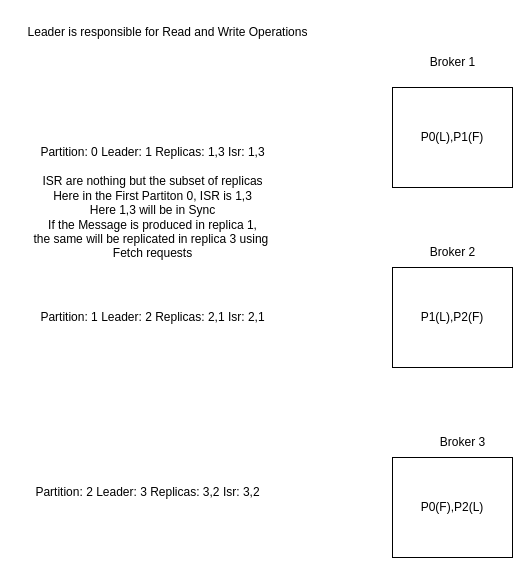
The draw.io diagram Internals/test.drawio in RavitejaB14/Apache-Kafka, before the edit. Source tidied: cells renumbered, new cells numbered last; positions are measured from the earlier drawing's top-left corner, leaving out a move shared by most shapes. Both pictures are drawn from the tidied source at 100%, with x=0, y=0 at pixel (17, 17).
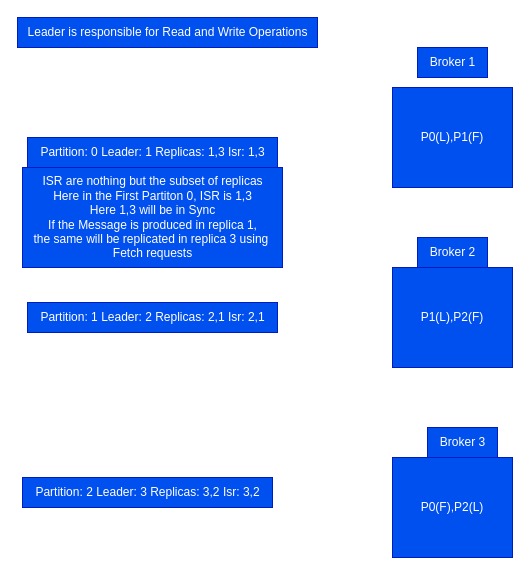
The same diagram, later.

Commit message (it also covers changes not shown here):
Added Topic, Partition, Replication

Change to the diagram source:
```diff
@@
-<mxGraphModel>
+<mxGraphModel background="#ffffff">
   <root>
     <mxCell id="0" />
     <mxCell id="1" parent="0" />
-    <mxCell id="2" value="P0(L),P1(F)" style="rounded=0;whiteSpace=wrap;html=1;" parent="1" vertex="1">
+    <mxCell id="2" value="P0(L),P1(F)" style="rounded=0;whiteSpace=wrap;html=1;fillColor=#0050ef;fontColor=#ffffff;strokeColor=#001DBC;perimeterSpacing=20;" parent="1" vertex="1">
       <mxGeometry x="375" y="70" width="120" height="100" as="geometry" />
     </mxCell>
-    <mxCell id="3" value="Broker 1" style="text;html=1;align=center;verticalAlign=middle;strokeColor=none;fillColor=none;" parent="1" vertex="1">
+    <mxCell id="3" value="Broker 1" style="text;html=1;align=center;verticalAlign=middle;strokeColor=#001DBC;fillColor=#0050ef;fontColor=#ffffff;perimeterSpacing=20;" parent="1" vertex="1">
       <mxGeometry x="400" y="30" width="70" height="30" as="geometry" />
     </mxCell>
-    <mxCell id="4" value="Broker 2" style="text;html=1;align=center;verticalAlign=middle;strokeColor=none;fillColor=none;" parent="1" vertex="1">
+    <mxCell id="4" value="Broker 2" style="text;html=1;align=center;verticalAlign=middle;strokeColor=#001DBC;fillColor=#0050ef;fontColor=#ffffff;perimeterSpacing=20;" parent="1" vertex="1">
       <mxGeometry x="400" y="220" width="70" height="30" as="geometry" />
     </mxCell>
-    <mxCell id="5" value="Broker 3" style="text;html=1;align=center;verticalAlign=middle;strokeColor=none;fillColor=none;" parent="1" vertex="1">
+    <mxCell id="5" value="Broker 3" style="text;html=1;align=center;verticalAlign=middle;strokeColor=#001DBC;fillColor=#0050ef;fontColor=#ffffff;perimeterSpacing=20;" parent="1" vertex="1">
       <mxGeometry x="410" y="410" width="70" height="30" as="geometry" />
     </mxCell>
-    <mxCell id="6" value="P1(L),P2(F)" style="rounded=0;whiteSpace=wrap;html=1;" parent="1" vertex="1">
+    <mxCell id="6" value="P1(L),P2(F)" style="rounded=0;whiteSpace=wrap;html=1;fillColor=#0050ef;fontColor=#ffffff;strokeColor=#001DBC;perimeterSpacing=20;" parent="1" vertex="1">
       <mxGeometry x="375" y="250" width="120" height="100" as="geometry" />
     </mxCell>
-    <mxCell id="7" value="P0(F),P2(L)" style="rounded=0;whiteSpace=wrap;html=1;" parent="1" vertex="1">
+    <mxCell id="7" value="P0(F),P2(L)" style="rounded=0;whiteSpace=wrap;html=1;fillColor=#0050ef;fontColor=#ffffff;strokeColor=#001DBC;perimeterSpacing=20;" parent="1" vertex="1">
       <mxGeometry x="375" y="440" width="120" height="100" as="geometry" />
     </mxCell>
-    <mxCell id="8" value="Partition: 0&lt;span style=&quot;&quot;&gt;&#9;&lt;/span&gt;Leader: 1&lt;span style=&quot;&quot;&gt;&#9;&lt;/span&gt;Replicas: 1,3&lt;span style=&quot;&quot;&gt;&#9;&lt;/span&gt;Isr: 1,3" style="text;html=1;align=center;verticalAlign=middle;strokeColor=none;fillColor=none;" parent="1" vertex="1">
+    <mxCell id="8" value="Partition: 0&lt;span style=&quot;&quot;&gt;&#9;&lt;/span&gt;Leader: 1&lt;span style=&quot;&quot;&gt;&#9;&lt;/span&gt;Replicas: 1,3&lt;span style=&quot;&quot;&gt;&#9;&lt;/span&gt;Isr: 1,3" style="text;html=1;align=center;verticalAlign=middle;strokeColor=#001DBC;fillColor=#0050ef;fontColor=#ffffff;perimeterSpacing=20;" parent="1" vertex="1">
       <mxGeometry x="10" y="120" width="250" height="30" as="geometry" />
     </mxCell>
-    <mxCell id="9" value="Partition: 1&lt;span style=&quot;&quot;&gt;&#9;&lt;/span&gt;Leader: 2&lt;span style=&quot;&quot;&gt;&#9;&lt;/span&gt;Replicas: 2,1&lt;span style=&quot;&quot;&gt;&#9;&lt;/span&gt;Isr: 2,1" style="text;html=1;align=center;verticalAlign=middle;strokeColor=none;fillColor=none;" parent="1" vertex="1">
+    <mxCell id="9" value="Partition: 1&lt;span style=&quot;&quot;&gt;&#9;&lt;/span&gt;Leader: 2&lt;span style=&quot;&quot;&gt;&#9;&lt;/span&gt;Replicas: 2,1&lt;span style=&quot;&quot;&gt;&#9;&lt;/span&gt;Isr: 2,1" style="text;html=1;align=center;verticalAlign=middle;strokeColor=#001DBC;fillColor=#0050ef;fontColor=#ffffff;perimeterSpacing=20;" parent="1" vertex="1">
       <mxGeometry x="10" y="285" width="250" height="30" as="geometry" />
     </mxCell>
-    <mxCell id="10" value="Partition: 2&#9;Leader: 3&#9;Replicas: 3,2&#9;Isr: 3,2" style="text;html=1;align=center;verticalAlign=middle;strokeColor=none;fillColor=none;" parent="1" vertex="1">
+    <mxCell id="10" value="Partition: 2&#9;Leader: 3&#9;Replicas: 3,2&#9;Isr: 3,2" style="text;html=1;align=center;verticalAlign=middle;strokeColor=#001DBC;fillColor=#0050ef;fontColor=#ffffff;perimeterSpacing=20;" parent="1" vertex="1">
       <mxGeometry x="5" y="460" width="250" height="30" as="geometry" />
     </mxCell>
-    <mxCell id="11" value="ISR are nothing but the subset of replicas&lt;br&gt;Here in the First Partiton 0, ISR is 1,3&lt;br&gt;Here 1,3 will be in Sync&lt;br&gt;If the Message is produced in replica 1, &lt;br&gt;the same will be replicated in replica 3 using&amp;nbsp;&lt;br&gt;Fetch requests" style="text;html=1;align=center;verticalAlign=middle;strokeColor=none;fillColor=none;" parent="1" vertex="1">
+    <mxCell id="11" value="ISR are nothing but the subset of replicas&lt;br&gt;Here in the First Partiton 0, ISR is 1,3&lt;br&gt;Here 1,3 will be in Sync&lt;br&gt;If the Message is produced in replica 1, &lt;br&gt;the same will be replicated in replica 3 using&amp;nbsp;&lt;br&gt;Fetch requests" style="text;html=1;align=center;verticalAlign=middle;strokeColor=#001DBC;fillColor=#0050ef;fontColor=#ffffff;perimeterSpacing=20;" parent="1" vertex="1">
       <mxGeometry x="5" y="150" width="260" height="100" as="geometry" />
     </mxCell>
-    <mxCell id="12" value="Leader is responsible for Read and Write Operations" style="text;html=1;align=center;verticalAlign=middle;strokeColor=none;fillColor=none;" parent="1" vertex="1">
+    <mxCell id="12" value="Leader is responsible for Read and Write Operations" style="text;html=1;align=center;verticalAlign=middle;strokeColor=#001DBC;fillColor=#0050ef;fontColor=#ffffff;perimeterSpacing=20;" parent="1" vertex="1">
       <mxGeometry width="300" height="30" as="geometry" />
     </mxCell>
   </root>
 </mxGraphModel>
```
